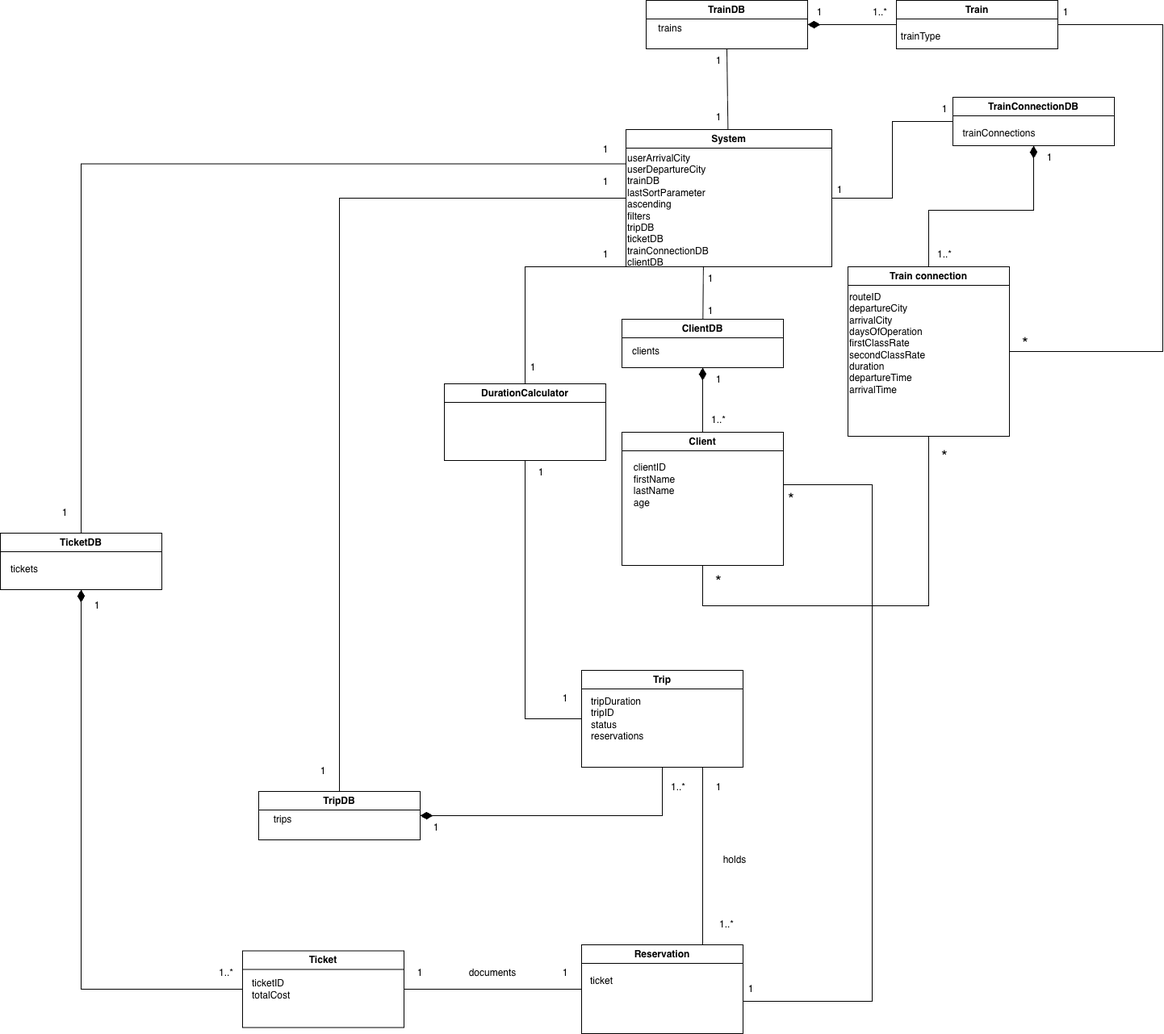
Above: artifacts/domain_model.drawio.png in rajdey03/SOEN342 (draw.io), before the change. Source tidied: cells renumbered, new cells last; positions are measured from the earlier drawing's top-left corner, leaving out a move shared by most shapes.
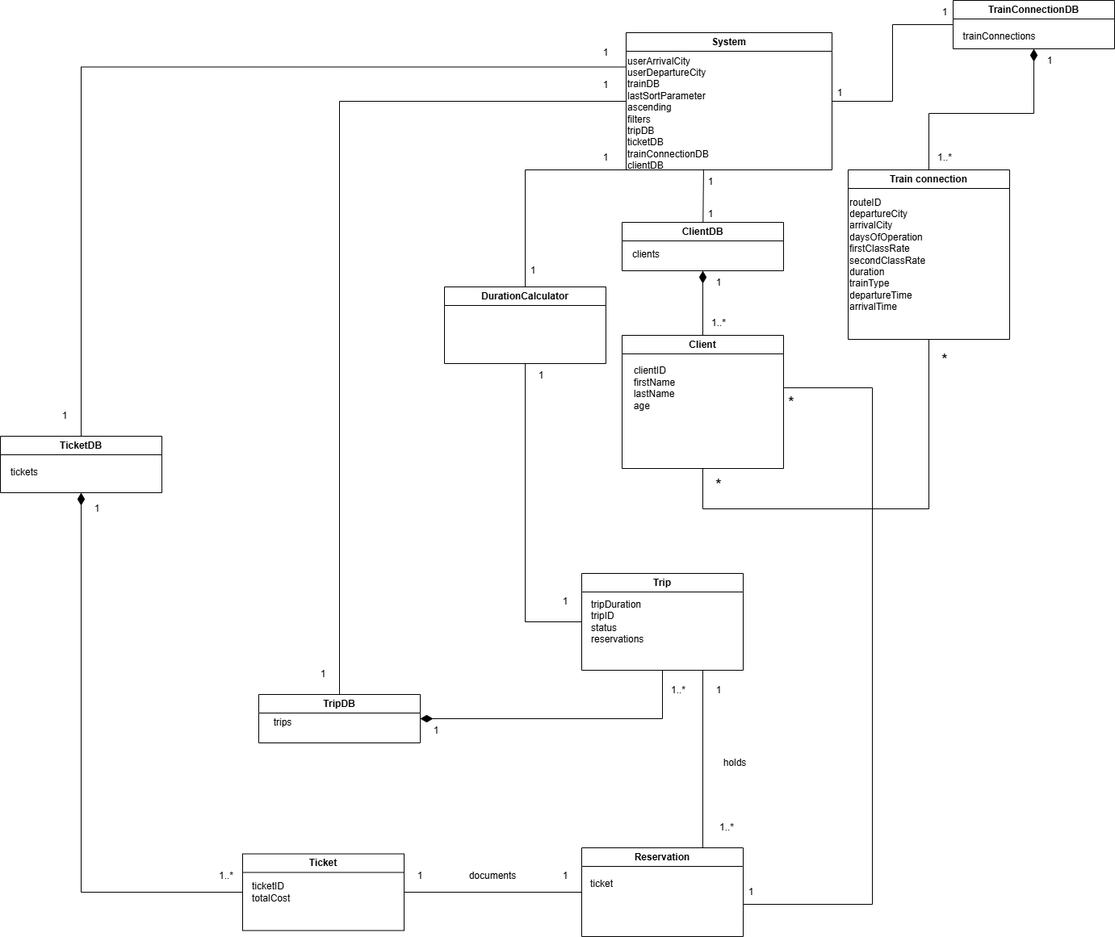
Above is the later version.

What changed in the source:
```diff
@@ -8,9 +8,6 @@
     <mxCell id="3" style="edgeStyle=orthogonalEdgeStyle;rounded=0;jettySize=auto;html=1;endArrow=none;endFill=0;" parent="1" edge="1" source="6" target="12">
       <mxGeometry relative="1" as="geometry" />
     </mxCell>
-    <mxCell id="4" style="rounded=0;jettySize=auto;html=1;endArrow=none;endFill=0;entryX=0.5;entryY=1;entryDx=0;entryDy=0;" parent="1" edge="1" source="6" target="15">
-      <mxGeometry relative="1" as="geometry" />
-    </mxCell>
     <mxCell id="5" style="rounded=0;jettySize=auto;html=1;endArrow=none;endFill=0;edgeStyle=orthogonalEdgeStyle;" parent="1" edge="1" source="6" target="20">
       <mxGeometry relative="1" as="geometry" />
     </mxCell>
@@ -38,21 +35,6 @@
     <mxCell id="13" value="trainConnections" style="text;html=1;whiteSpace=wrap;strokeColor=none;fillColor=none;align=center;verticalAlign=middle;rounded=0;" parent="12" vertex="1">
       <mxGeometry x="5" y="30" width="105" height="30" as="geometry" />
     </mxCell>
-    <mxCell id="14" style="rounded=0;jettySize=auto;html=1;endArrow=none;endFill=0;startArrow=diamondThin;startFill=1;startSize=13;entryX=0;entryY=0.5;entryDx=0;entryDy=0;" parent="1" edge="1" source="15" target="17">
-      <mxGeometry relative="1" as="geometry" />
-    </mxCell>
-    <mxCell id="15" value="TrainDB" style="swimlane;whiteSpace=wrap;html=1;" parent="1" vertex="1">
-      <mxGeometry x="800" width="200" height="60" as="geometry" />
-    </mxCell>
-    <mxCell id="16" value="trains" style="text;html=1;whiteSpace=wrap;strokeColor=none;fillColor=none;align=center;verticalAlign=middle;rounded=0;" parent="15" vertex="1">
-      <mxGeometry y="20" width="60" height="30" as="geometry" />
-    </mxCell>
-    <mxCell id="17" value="Train" style="swimlane;whiteSpace=wrap;html=1;startSize=23;" parent="1" vertex="1">
-      <mxGeometry x="1110" width="200" height="60" as="geometry" />
-    </mxCell>
-    <mxCell id="18" value="trainType" style="text;html=1;align=center;verticalAlign=middle;strokeColor=none;fillColor=none;" parent="17" vertex="1">
-      <mxGeometry x="-5" y="30" width="70" height="30" as="geometry" />
-    </mxCell>
     <mxCell id="19" style="rounded=0;jettySize=auto;html=1;endArrow=none;endFill=0;startArrow=diamondThin;startFill=1;startSize=13;edgeStyle=orthogonalEdgeStyle;" parent="1" edge="1" source="20" target="28">
       <mxGeometry relative="1" as="geometry" />
     </mxCell>
@@ -62,24 +44,12 @@
     <mxCell id="21" value="trips" style="text;html=1;whiteSpace=wrap;strokeColor=none;fillColor=none;align=center;verticalAlign=middle;rounded=0;" parent="20" vertex="1">
       <mxGeometry y="20" width="60" height="30" as="geometry" />
     </mxCell>
-    <mxCell id="22" value="1" style="text;html=1;align=center;verticalAlign=middle;whiteSpace=wrap;rounded=0;" parent="1" vertex="1">
-      <mxGeometry x="880" y="130" width="20" height="30" as="geometry" />
-    </mxCell>
-    <mxCell id="23" value="1" style="text;html=1;align=center;verticalAlign=middle;whiteSpace=wrap;rounded=0;" parent="1" vertex="1">
-      <mxGeometry x="880" y="60" width="20" height="30" as="geometry" />
-    </mxCell>
     <mxCell id="24" value="1" style="text;html=1;align=center;verticalAlign=middle;whiteSpace=wrap;rounded=0;" parent="1" vertex="1">
       <mxGeometry x="740" y="210" width="20" height="30" as="geometry" />
     </mxCell>
     <mxCell id="25" value="1" style="text;html=1;align=center;verticalAlign=middle;whiteSpace=wrap;rounded=0;" parent="1" vertex="1">
       <mxGeometry x="530" y="1010" width="20" height="30" as="geometry" />
     </mxCell>
-    <mxCell id="26" value="1" style="text;html=1;align=center;verticalAlign=middle;whiteSpace=wrap;rounded=0;" parent="1" vertex="1">
-      <mxGeometry x="1005" width="20" height="30" as="geometry" />
-    </mxCell>
-    <mxCell id="27" value="1..*" style="text;html=1;align=center;verticalAlign=middle;whiteSpace=wrap;rounded=0;" parent="1" vertex="1">
-      <mxGeometry x="1080" width="20" height="30" as="geometry" />
-    </mxCell>
     <mxCell id="28" value="Trip" style="swimlane;whiteSpace=wrap;html=1;startSize=23;" parent="1" vertex="1">
       <mxGeometry x="720" y="830" width="200" height="120" as="geometry" />
     </mxCell>
@@ -95,8 +65,8 @@
     <mxCell id="32" value="Train connection" style="swimlane;whiteSpace=wrap;html=1;" parent="1" vertex="1">
       <mxGeometry x="1050" y="330" width="200" height="210" as="geometry" />
     </mxCell>
-    <mxCell id="33" value="routeID&lt;div&gt;&lt;div&gt;departureCity&lt;/div&gt;&lt;div&gt;arrivalCity&lt;/div&gt;&lt;div&gt;daysOfOperation&lt;/div&gt;&lt;div&gt;firstClassRate&lt;/div&gt;&lt;div&gt;secondClassRate&lt;/div&gt;&lt;div&gt;duration&lt;/div&gt;&lt;div&gt;departureTime&lt;/div&gt;&lt;div&gt;arrivalTime&lt;/div&gt;&lt;/div&gt;" style="text;html=1;align=left;verticalAlign=middle;strokeColor=none;fillColor=none;" parent="32" vertex="1">
-      <mxGeometry y="25" width="120" height="140" as="geometry" />
+    <mxCell id="33" value="routeID&lt;div&gt;&lt;div&gt;departureCity&lt;/div&gt;&lt;div&gt;arrivalCity&lt;/div&gt;&lt;div&gt;daysOfOperation&lt;/div&gt;&lt;div&gt;firstClassRate&lt;/div&gt;&lt;div&gt;secondClassRate&lt;/div&gt;&lt;div&gt;duration&lt;/div&gt;&lt;div&gt;trainType&lt;/div&gt;&lt;div&gt;departureTime&lt;/div&gt;&lt;div&gt;arrivalTime&lt;/div&gt;&lt;/div&gt;" style="text;html=1;align=left;verticalAlign=middle;strokeColor=none;fillColor=none;" parent="32" vertex="1">
+      <mxGeometry y="25" width="120" height="160" as="geometry" />
     </mxCell>
     <mxCell id="34" style="endArrow=none;html=1;rounded=0;entryX=0.5;entryY=1;entryDx=0;entryDy=0;exitX=0.5;exitY=1;exitDx=0;exitDy=0;" parent="1" edge="1" source="30" target="32">
       <mxGeometry relative="1" as="geometry">
@@ -127,20 +97,6 @@
     <mxCell id="41" value="1..*" style="text;html=1;align=center;verticalAlign=middle;whiteSpace=wrap;rounded=0;" parent="1" vertex="1">
       <mxGeometry x="890" y="1130" width="20" height="30" as="geometry" />
     </mxCell>
-    <mxCell id="42" style="endArrow=none;html=1;rounded=0;entryX=1;entryY=0.5;entryDx=0;entryDy=0;exitX=1;exitY=0.5;exitDx=0;exitDy=0;" parent="1" edge="1" source="32" target="17">
-      <mxGeometry relative="1" as="geometry">
-        <Array as="points">
-          <mxPoint x="1440" y="435" />
-          <mxPoint x="1440" y="30" />
-        </Array>
-      </mxGeometry>
-    </mxCell>
-    <mxCell id="43" value="1" style="text;html=1;align=center;verticalAlign=middle;whiteSpace=wrap;rounded=0;" parent="1" vertex="1">
-      <mxGeometry x="1310" width="20" height="30" as="geometry" />
-    </mxCell>
-    <mxCell id="44" value="&lt;font style=&quot;font-size: 20px;&quot;&gt;*&lt;/font&gt;" style="text;html=1;align=center;verticalAlign=middle;whiteSpace=wrap;rounded=0;" parent="1" vertex="1">
-      <mxGeometry x="1260" y="410" width="20" height="30" as="geometry" />
-    </mxCell>
     <mxCell id="45" value="Ticket" style="swimlane;whiteSpace=wrap;html=1;" parent="1" vertex="1">
       <mxGeometry x="300" y="1177.5" width="200" height="95" as="geometry" />
     </mxCell>
```
